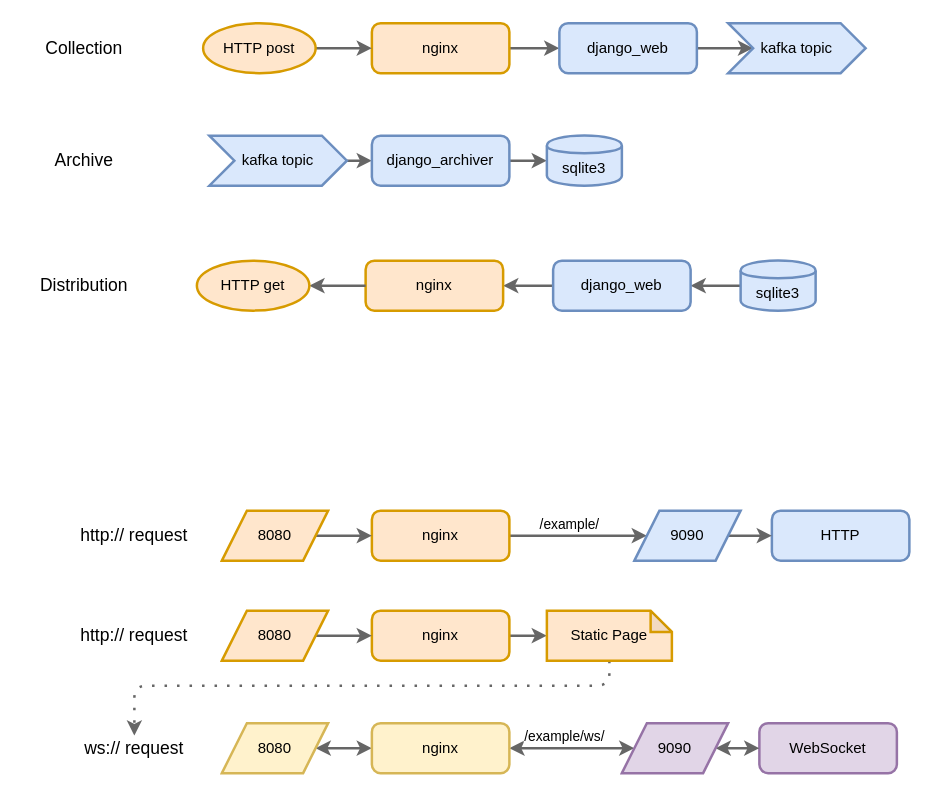
This is docs/diagrams.drawio from adam-iris/es-example-django, a draw.io file, before an edit. Source tidied: cells renumbered, new cells numbered last; positions are measured from the earlier drawing's top-left corner, leaving out a move shared by most shapes. Both pictures are drawn from the tidied source at 125%, with x=0, y=0 at pixel (21, 22).
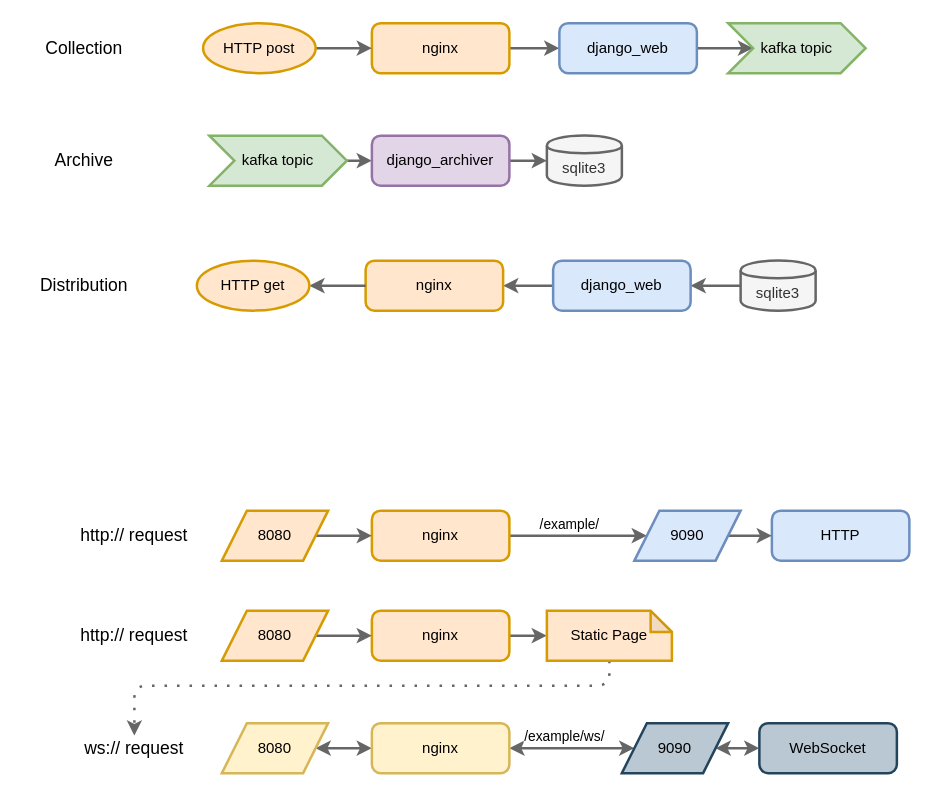
Above is the later version.

Diff of the diagram source:
```diff
@@
-    <mxCell id="10" value="WebSocket" style="rounded=1;html=1;absoluteArcSize=1;arcSize=14;strokeWidth=2;shadow=0;glass=0;labelBackgroundColor=none;fillColor=#e1d5e7;fontSize=12;align=center;strokeColor=#9673a6;whiteSpace=wrap;" parent="1" vertex="1">
+    <mxCell id="10" value="WebSocket" style="rounded=1;html=1;absoluteArcSize=1;arcSize=14;strokeWidth=2;shadow=0;glass=0;labelBackgroundColor=none;fillColor=#bac8d3;fontSize=12;align=center;strokeColor=#23445d;whiteSpace=wrap;" parent="1" vertex="1">
       <mxGeometry x="590" y="560" width="110" height="40" as="geometry" />
     </mxCell>
@@
-    <mxCell id="18" value="9090" style="shape=parallelogram;perimeter=parallelogramPerimeter;whiteSpace=wrap;html=1;fixedSize=1;shadow=0;fontFamily=Helvetica;fontSize=12;fontColor=#000000;align=center;strokeColor=#9673a6;strokeWidth=2;fillColor=#e1d5e7;" parent="1" vertex="1">
+    <mxCell id="18" value="9090" style="shape=parallelogram;perimeter=parallelogramPerimeter;whiteSpace=wrap;html=1;fixedSize=1;shadow=0;fontFamily=Helvetica;fontSize=12;align=center;strokeColor=#23445d;strokeWidth=2;fillColor=#bac8d3;" parent="1" vertex="1">
       <mxGeometry x="480" y="560" width="85" height="40" as="geometry" />
     </mxCell>
@@
-    <mxCell id="22" value="8080" style="shape=parallelogram;perimeter=parallelogramPerimeter;whiteSpace=wrap;html=1;fixedSize=1;shadow=0;fontFamily=Helvetica;fontSize=12;fontColor=#000000;align=center;strokeColor=#d6b656;strokeWidth=2;fillColor=#fff2cc;" parent="1" vertex="1">
+    <mxCell id="22" value="8080" style="shape=parallelogram;perimeter=parallelogramPerimeter;whiteSpace=wrap;html=1;fixedSize=1;shadow=0;fontFamily=Helvetica;fontSize=12;align=center;strokeColor=#d6b656;strokeWidth=2;fillColor=#fff2cc;" parent="1" vertex="1">
       <mxGeometry x="160" y="560" width="85" height="40" as="geometry" />
     </mxCell>
@@
-    <mxCell id="34" value="kafka topic" style="shape=step;perimeter=stepPerimeter;whiteSpace=wrap;html=1;fixedSize=1;shadow=0;fontFamily=Helvetica;fontSize=12;fontColor=#000000;align=center;strokeColor=#6c8ebf;strokeWidth=2;fillColor=#dae8fc;" parent="1" vertex="1">
+    <mxCell id="34" value="kafka topic" style="shape=step;perimeter=stepPerimeter;whiteSpace=wrap;html=1;fixedSize=1;shadow=0;fontFamily=Helvetica;fontSize=12;align=center;strokeColor=#82b366;strokeWidth=2;fillColor=#d5e8d4;" parent="1" vertex="1">
       <mxGeometry x="565" width="110" height="40" as="geometry" />
     </mxCell>
@@
-    <mxCell id="36" value="kafka topic" style="shape=step;perimeter=stepPerimeter;whiteSpace=wrap;html=1;fixedSize=1;shadow=0;fontFamily=Helvetica;fontSize=12;fontColor=#000000;align=center;strokeColor=#6c8ebf;strokeWidth=2;fillColor=#dae8fc;" parent="1" vertex="1">
+    <mxCell id="36" value="kafka topic" style="shape=step;perimeter=stepPerimeter;whiteSpace=wrap;html=1;fixedSize=1;shadow=0;fontFamily=Helvetica;fontSize=12;align=center;strokeColor=#82b366;strokeWidth=2;fillColor=#d5e8d4;" parent="1" vertex="1">
       <mxGeometry x="150" y="90" width="110" height="40" as="geometry" />
     </mxCell>
@@
-    <mxCell id="38" value="django_archiver" style="rounded=1;html=1;absoluteArcSize=1;arcSize=14;strokeWidth=2;shadow=0;glass=0;labelBackgroundColor=none;fillColor=#dae8fc;fontSize=12;align=center;strokeColor=#6c8ebf;whiteSpace=wrap;" parent="1" vertex="1">
+    <mxCell id="38" value="django_archiver" style="rounded=1;html=1;absoluteArcSize=1;arcSize=14;strokeWidth=2;shadow=0;glass=0;labelBackgroundColor=none;fillColor=#e1d5e7;fontSize=12;align=center;strokeColor=#9673a6;whiteSpace=wrap;" parent="1" vertex="1">
       <mxGeometry x="280" y="90" width="110" height="40" as="geometry" />
     </mxCell>
-    <mxCell id="39" value="sqlite3" style="shape=cylinder;whiteSpace=wrap;html=1;boundedLbl=1;backgroundOutline=1;rounded=1;shadow=0;strokeColor=#6c8ebf;strokeWidth=2;fillColor=#dae8fc;glass=0;arcSize=14;" parent="1" vertex="1">
+    <mxCell id="39" value="sqlite3" style="shape=cylinder;whiteSpace=wrap;html=1;boundedLbl=1;backgroundOutline=1;rounded=1;shadow=0;strokeColor=#666666;strokeWidth=2;fillColor=#f5f5f5;glass=0;arcSize=14;fontColor=#333333;" parent="1" vertex="1">
       <mxGeometry x="420" y="90" width="60" height="40" as="geometry" />
     </mxCell>
@@
-    <mxCell id="46" value="sqlite3" style="shape=cylinder;whiteSpace=wrap;html=1;boundedLbl=1;backgroundOutline=1;rounded=1;shadow=0;strokeColor=#6c8ebf;strokeWidth=2;fillColor=#dae8fc;glass=0;arcSize=14;" parent="1" vertex="1">
+    <mxCell id="46" value="sqlite3" style="shape=cylinder;whiteSpace=wrap;html=1;boundedLbl=1;backgroundOutline=1;rounded=1;shadow=0;strokeColor=#666666;strokeWidth=2;fillColor=#f5f5f5;glass=0;arcSize=14;fontColor=#333333;" parent="1" vertex="1">
       <mxGeometry x="575" y="190" width="60" height="40" as="geometry" />
     </mxCell>
```
